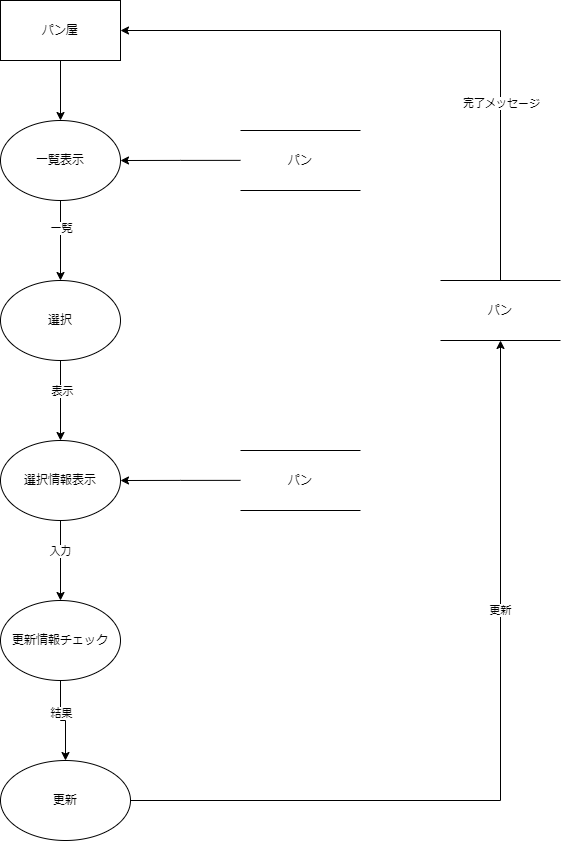
This is DFD/パン更新.drawio.png from Pyama1013/Sotsu.Gamen, a draw.io export, as it was before one commit. Source tidied: cells renumbered, new cells last; positions are measured from the earlier drawing's top-left corner, leaving out a move shared by most shapes. The source it was exported from:
```xml
<mxGraphModel>
  <root>
    <mxCell id="0" />
    <mxCell id="1" parent="0" />
    <mxCell id="2" style="edgeStyle=orthogonalEdgeStyle;rounded=0;jettySize=auto;html=1;exitX=0.5;exitY=1;exitDx=0;exitDy=0;entryX=0.5;entryY=0;entryDx=0;entryDy=0;" parent="1" edge="1" source="5" target="9">
      <mxGeometry relative="1" as="geometry" />
    </mxCell>
    <mxCell id="3" style="edgeStyle=orthogonalEdgeStyle;rounded=0;jettySize=auto;html=1;exitX=0.5;exitY=0;exitDx=0;exitDy=0;entryX=1;entryY=0.5;entryDx=0;entryDy=0;" parent="1" edge="1" source="25" target="5">
      <mxGeometry relative="1" as="geometry">
        <Array as="points">
          <mxPoint x="500" y="30" />
        </Array>
      </mxGeometry>
    </mxCell>
    <mxCell id="4" value="完了メッセージ" style="edgeLabel;html=1;align=center;verticalAlign=middle;" parent="3" vertex="1">
      <mxGeometry x="-0.44" relative="1" as="geometry" />
    </mxCell>
    <mxCell id="5" value="パン屋" style="rounded=0;whiteSpace=wrap;html=1;" parent="1" vertex="1">
      <mxGeometry width="120" height="60" as="geometry" />
    </mxCell>
    <mxCell id="6" style="edgeStyle=orthogonalEdgeStyle;rounded=0;jettySize=auto;html=1;exitX=0.5;exitY=1;exitDx=0;exitDy=0;entryX=0.5;entryY=0;entryDx=0;entryDy=0;" parent="1" edge="1" source="9" target="12">
      <mxGeometry relative="1" as="geometry" />
    </mxCell>
    <mxCell id="7" value="一覧" style="edgeLabel;html=1;align=center;verticalAlign=middle;" parent="6" vertex="1">
      <mxGeometry x="-0.32" relative="1" as="geometry" />
    </mxCell>
    <mxCell id="8" style="edgeStyle=orthogonalEdgeStyle;rounded=0;jettySize=auto;html=1;exitX=1;exitY=0.5;exitDx=0;exitDy=0;entryX=1;entryY=0.5;entryDx=0;entryDy=0;" parent="1" edge="1" target="9">
      <mxGeometry relative="1" as="geometry">
        <mxPoint x="240" y="159.9" as="sourcePoint" />
      </mxGeometry>
    </mxCell>
    <mxCell id="9" value="一覧表示" style="ellipse;whiteSpace=wrap;html=1;" parent="1" vertex="1">
      <mxGeometry y="120" width="120" height="80" as="geometry" />
    </mxCell>
    <mxCell id="10" style="edgeStyle=orthogonalEdgeStyle;rounded=0;jettySize=auto;html=1;exitX=0.5;exitY=1;exitDx=0;exitDy=0;entryX=0.5;entryY=0;entryDx=0;entryDy=0;" parent="1" edge="1" source="12" target="16">
      <mxGeometry relative="1" as="geometry" />
    </mxCell>
    <mxCell id="11" value="表示" style="edgeLabel;html=1;align=center;verticalAlign=middle;" parent="10" vertex="1">
      <mxGeometry x="-0.24" y="1" relative="1" as="geometry" />
    </mxCell>
    <mxCell id="12" value="選択" style="ellipse;whiteSpace=wrap;html=1;" parent="1" vertex="1">
      <mxGeometry y="280" width="120" height="80" as="geometry" />
    </mxCell>
    <mxCell id="13" style="edgeStyle=orthogonalEdgeStyle;rounded=0;jettySize=auto;html=1;exitX=0.5;exitY=1;exitDx=0;exitDy=0;entryX=0.5;entryY=0;entryDx=0;entryDy=0;" parent="1" edge="1" source="16" target="19">
      <mxGeometry relative="1" as="geometry" />
    </mxCell>
    <mxCell id="14" value="入力" style="edgeLabel;html=1;align=center;verticalAlign=middle;" parent="13" vertex="1">
      <mxGeometry x="-0.26" y="-1" relative="1" as="geometry" />
    </mxCell>
    <mxCell id="15" style="edgeStyle=orthogonalEdgeStyle;rounded=0;jettySize=auto;html=1;exitX=1;exitY=0.5;exitDx=0;exitDy=0;entryX=1;entryY=0.5;entryDx=0;entryDy=0;" parent="1" edge="1" target="16">
      <mxGeometry relative="1" as="geometry">
        <mxPoint x="240" y="479.9" as="sourcePoint" />
      </mxGeometry>
    </mxCell>
    <mxCell id="16" value="選択情報表示" style="ellipse;whiteSpace=wrap;html=1;" parent="1" vertex="1">
      <mxGeometry y="440" width="120" height="80" as="geometry" />
    </mxCell>
    <mxCell id="17" style="edgeStyle=orthogonalEdgeStyle;rounded=0;jettySize=auto;html=1;exitX=0.5;exitY=1;exitDx=0;exitDy=0;entryX=0.5;entryY=0;entryDx=0;entryDy=0;" parent="1" edge="1" source="19" target="22">
      <mxGeometry relative="1" as="geometry" />
    </mxCell>
    <mxCell id="18" value="結果" style="edgeLabel;html=1;align=center;verticalAlign=middle;" parent="17" vertex="1">
      <mxGeometry x="-0.24" relative="1" as="geometry" />
    </mxCell>
    <mxCell id="19" value="更新情報チェック" style="ellipse;whiteSpace=wrap;html=1;" parent="1" vertex="1">
      <mxGeometry y="600" width="120" height="80" as="geometry" />
    </mxCell>
    <mxCell id="20" style="edgeStyle=orthogonalEdgeStyle;rounded=0;jettySize=auto;html=1;exitX=1;exitY=0.5;exitDx=0;exitDy=0;" parent="1" edge="1" source="22">
      <mxGeometry relative="1" as="geometry">
        <mxPoint x="500" y="340" as="targetPoint" />
      </mxGeometry>
    </mxCell>
    <mxCell id="21" value="更新" style="edgeLabel;html=1;align=center;verticalAlign=middle;" parent="20" vertex="1">
      <mxGeometry x="0.35" y="1" relative="1" as="geometry" />
    </mxCell>
    <mxCell id="22" value="更新" style="ellipse;whiteSpace=wrap;html=1;" parent="1" vertex="1">
      <mxGeometry y="760" width="130" height="80" as="geometry" />
    </mxCell>
    <mxCell id="23" value="パン" style="shape=partialRectangle;whiteSpace=wrap;html=1;left=0;right=0;fillColor=none;" parent="1" vertex="1">
      <mxGeometry x="240" y="130" width="120" height="60" as="geometry" />
    </mxCell>
    <mxCell id="24" value="パン" style="shape=partialRectangle;whiteSpace=wrap;html=1;left=0;right=0;fillColor=none;" parent="1" vertex="1">
      <mxGeometry x="240" y="450" width="120" height="60" as="geometry" />
    </mxCell>
    <mxCell id="25" value="パン" style="shape=partialRectangle;whiteSpace=wrap;html=1;left=0;right=0;fillColor=none;" parent="1" vertex="1">
      <mxGeometry x="440" y="280" width="120" height="60" as="geometry" />
    </mxCell>
  </root>
</mxGraphModel>
```
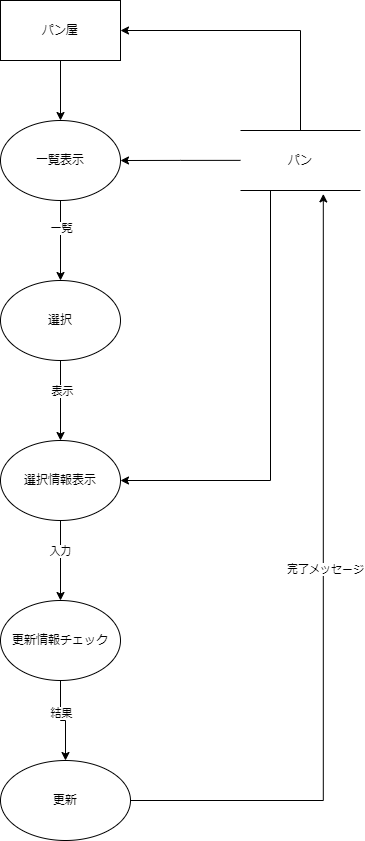
After the change.

Diff of the diagram source:
```diff
@@ -5,16 +5,13 @@
     <mxCell id="2" style="edgeStyle=orthogonalEdgeStyle;rounded=0;jettySize=auto;html=1;exitX=0.5;exitY=1;exitDx=0;exitDy=0;entryX=0.5;entryY=0;entryDx=0;entryDy=0;" parent="1" edge="1" source="5" target="9">
       <mxGeometry relative="1" as="geometry" />
     </mxCell>
-    <mxCell id="3" style="edgeStyle=orthogonalEdgeStyle;rounded=0;jettySize=auto;html=1;exitX=0.5;exitY=0;exitDx=0;exitDy=0;entryX=1;entryY=0.5;entryDx=0;entryDy=0;" parent="1" edge="1" source="25" target="5">
+    <mxCell id="3" style="edgeStyle=orthogonalEdgeStyle;rounded=0;jettySize=auto;html=1;exitX=0.5;exitY=0;exitDx=0;exitDy=0;entryX=1;entryY=0.5;entryDx=0;entryDy=0;" parent="1" edge="1" source="23" target="5">
       <mxGeometry relative="1" as="geometry">
         <Array as="points">
-          <mxPoint x="500" y="30" />
+          <mxPoint x="300" y="30" />
         </Array>
       </mxGeometry>
     </mxCell>
-    <mxCell id="4" value="完了メッセージ" style="edgeLabel;html=1;align=center;verticalAlign=middle;" parent="3" vertex="1">
-      <mxGeometry x="-0.44" relative="1" as="geometry" />
-    </mxCell>
     <mxCell id="5" value="パン屋" style="rounded=0;whiteSpace=wrap;html=1;" parent="1" vertex="1">
       <mxGeometry width="120" height="60" as="geometry" />
     </mxCell>
@@ -47,10 +44,8 @@
     <mxCell id="14" value="入力" style="edgeLabel;html=1;align=center;verticalAlign=middle;" parent="13" vertex="1">
       <mxGeometry x="-0.26" y="-1" relative="1" as="geometry" />
     </mxCell>
-    <mxCell id="15" style="edgeStyle=orthogonalEdgeStyle;rounded=0;jettySize=auto;html=1;exitX=1;exitY=0.5;exitDx=0;exitDy=0;entryX=1;entryY=0.5;entryDx=0;entryDy=0;" parent="1" edge="1" target="16">
-      <mxGeometry relative="1" as="geometry">
-        <mxPoint x="240" y="479.9" as="sourcePoint" />
-      </mxGeometry>
+    <mxCell id="15" style="edgeStyle=orthogonalEdgeStyle;rounded=0;jettySize=auto;html=1;entryX=1;entryY=0.5;entryDx=0;entryDy=0;exitX=0.25;exitY=1;exitDx=0;exitDy=0;" parent="1" edge="1" source="23" target="16">
+      <mxGeometry relative="1" as="geometry" />
     </mxCell>
     <mxCell id="16" value="選択情報表示" style="ellipse;whiteSpace=wrap;html=1;" parent="1" vertex="1">
       <mxGeometry y="440" width="120" height="80" as="geometry" />
@@ -64,25 +59,17 @@
     <mxCell id="19" value="更新情報チェック" style="ellipse;whiteSpace=wrap;html=1;" parent="1" vertex="1">
       <mxGeometry y="600" width="120" height="80" as="geometry" />
     </mxCell>
-    <mxCell id="20" style="edgeStyle=orthogonalEdgeStyle;rounded=0;jettySize=auto;html=1;exitX=1;exitY=0.5;exitDx=0;exitDy=0;" parent="1" edge="1" source="22">
-      <mxGeometry relative="1" as="geometry">
-        <mxPoint x="500" y="340" as="targetPoint" />
-      </mxGeometry>
+    <mxCell id="20" style="edgeStyle=orthogonalEdgeStyle;rounded=0;jettySize=auto;html=1;exitX=1;exitY=0.5;exitDx=0;exitDy=0;entryX=0.69;entryY=1.057;entryDx=0;entryDy=0;entryPerimeter=0;" parent="1" edge="1" source="22" target="23">
+      <mxGeometry relative="1" as="geometry" />
     </mxCell>
-    <mxCell id="21" value="更新" style="edgeLabel;html=1;align=center;verticalAlign=middle;" parent="20" vertex="1">
-      <mxGeometry x="0.35" y="1" relative="1" as="geometry" />
-    </mxCell>
+    <mxCell id="4" value="完了メッセージ" style="edgeLabel;html=1;align=center;verticalAlign=middle;" parent="20" vertex="1">
+      <mxGeometry x="0.06" y="-2" relative="1" as="geometry" />
+    </mxCell>
     <mxCell id="22" value="更新" style="ellipse;whiteSpace=wrap;html=1;" parent="1" vertex="1">
       <mxGeometry y="760" width="130" height="80" as="geometry" />
     </mxCell>
     <mxCell id="23" value="パン" style="shape=partialRectangle;whiteSpace=wrap;html=1;left=0;right=0;fillColor=none;" parent="1" vertex="1">
       <mxGeometry x="240" y="130" width="120" height="60" as="geometry" />
     </mxCell>
-    <mxCell id="24" value="パン" style="shape=partialRectangle;whiteSpace=wrap;html=1;left=0;right=0;fillColor=none;" parent="1" vertex="1">
-      <mxGeometry x="240" y="450" width="120" height="60" as="geometry" />
-    </mxCell>
-    <mxCell id="25" value="パン" style="shape=partialRectangle;whiteSpace=wrap;html=1;left=0;right=0;fillColor=none;" parent="1" vertex="1">
-      <mxGeometry x="440" y="280" width="120" height="60" as="geometry" />
-    </mxCell>
   </root>
 </mxGraphModel>
```
